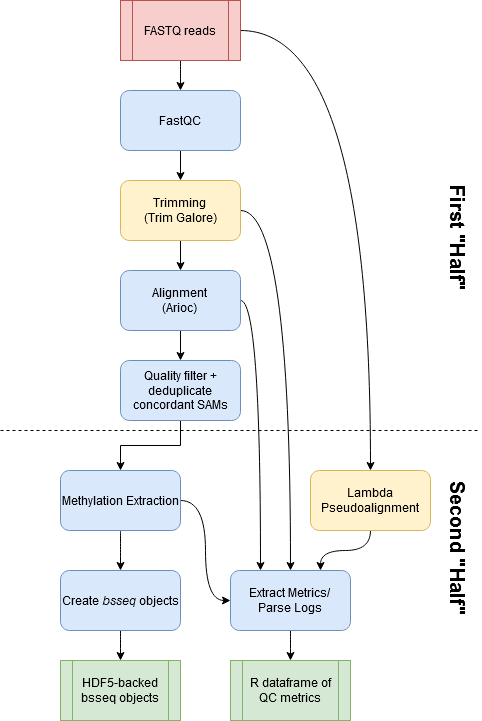
The draw.io diagram workflow.png in LieberInstitute/BiocMAP, before a commit. Source tidied: cells renumbered, new cells last; positions are measured from the earlier drawing's top-left corner, leaving out a move shared by most shapes.
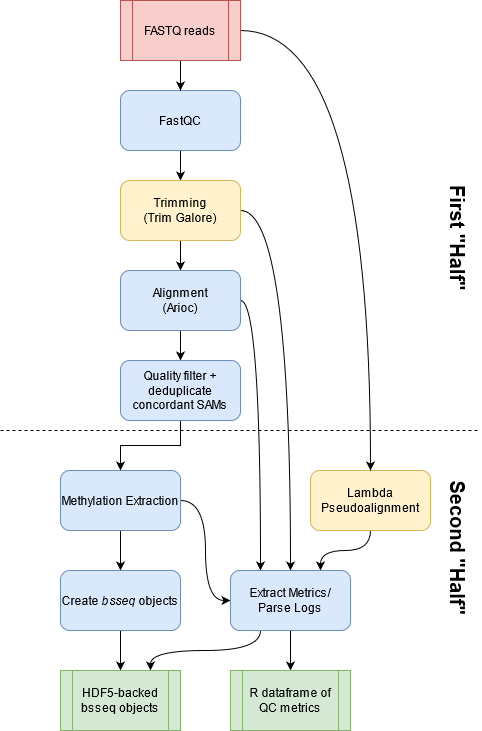
Above is the later version.

Change to the diagram source:
```diff
@@ -50,6 +50,9 @@
     <mxCell id="17" style="edgeStyle=orthogonalEdgeStyle;curved=1;jettySize=auto;html=1;exitX=0.5;exitY=1;exitDx=0;exitDy=0;entryX=0.5;entryY=0;entryDx=0;entryDy=0;" parent="1" edge="1" source="18" target="22">
       <mxGeometry relative="1" as="geometry" />
     </mxCell>
+    <mxCell id="29" style="edgeStyle=orthogonalEdgeStyle;jettySize=auto;html=1;exitX=0.25;exitY=1;exitDx=0;exitDy=0;entryX=0.75;entryY=0;entryDx=0;entryDy=0;curved=1;" parent="1" edge="1" source="18" target="21">
+      <mxGeometry relative="1" as="geometry" />
+    </mxCell>
     <mxCell id="18" value="Extract Metrics/&lt;br&gt;Parse Logs" style="rounded=1;whiteSpace=wrap;html=1;shadow=0;fillColor=#dae8fc;strokeColor=#6c8ebf;" parent="1" vertex="1">
       <mxGeometry x="230" y="570" width="120" height="60" as="geometry" />
     </mxCell>
@@ -60,10 +63,10 @@
       <mxGeometry x="60" y="570" width="120" height="60" as="geometry" />
     </mxCell>
     <mxCell id="21" value="HDF5-backed bsseq objects" style="shape=process;whiteSpace=wrap;html=1;backgroundOutline=1;shadow=0;fillColor=#d5e8d4;strokeColor=#82b366;" parent="1" vertex="1">
-      <mxGeometry x="60" y="660" width="120" height="60" as="geometry" />
+      <mxGeometry x="60" y="670" width="120" height="60" as="geometry" />
     </mxCell>
     <mxCell id="22" value="R dataframe of QC metrics" style="shape=process;whiteSpace=wrap;html=1;backgroundOutline=1;shadow=0;fillColor=#d5e8d4;strokeColor=#82b366;" parent="1" vertex="1">
-      <mxGeometry x="230" y="660" width="120" height="60" as="geometry" />
+      <mxGeometry x="230" y="670" width="120" height="60" as="geometry" />
     </mxCell>
     <mxCell id="23" style="edgeStyle=orthogonalEdgeStyle;curved=1;jettySize=auto;html=1;exitX=0.5;exitY=1;exitDx=0;exitDy=0;entryX=0.5;entryY=0;entryDx=0;entryDy=0;" parent="1" edge="1" source="25" target="3">
       <mxGeometry relative="1" as="geometry" />
```
